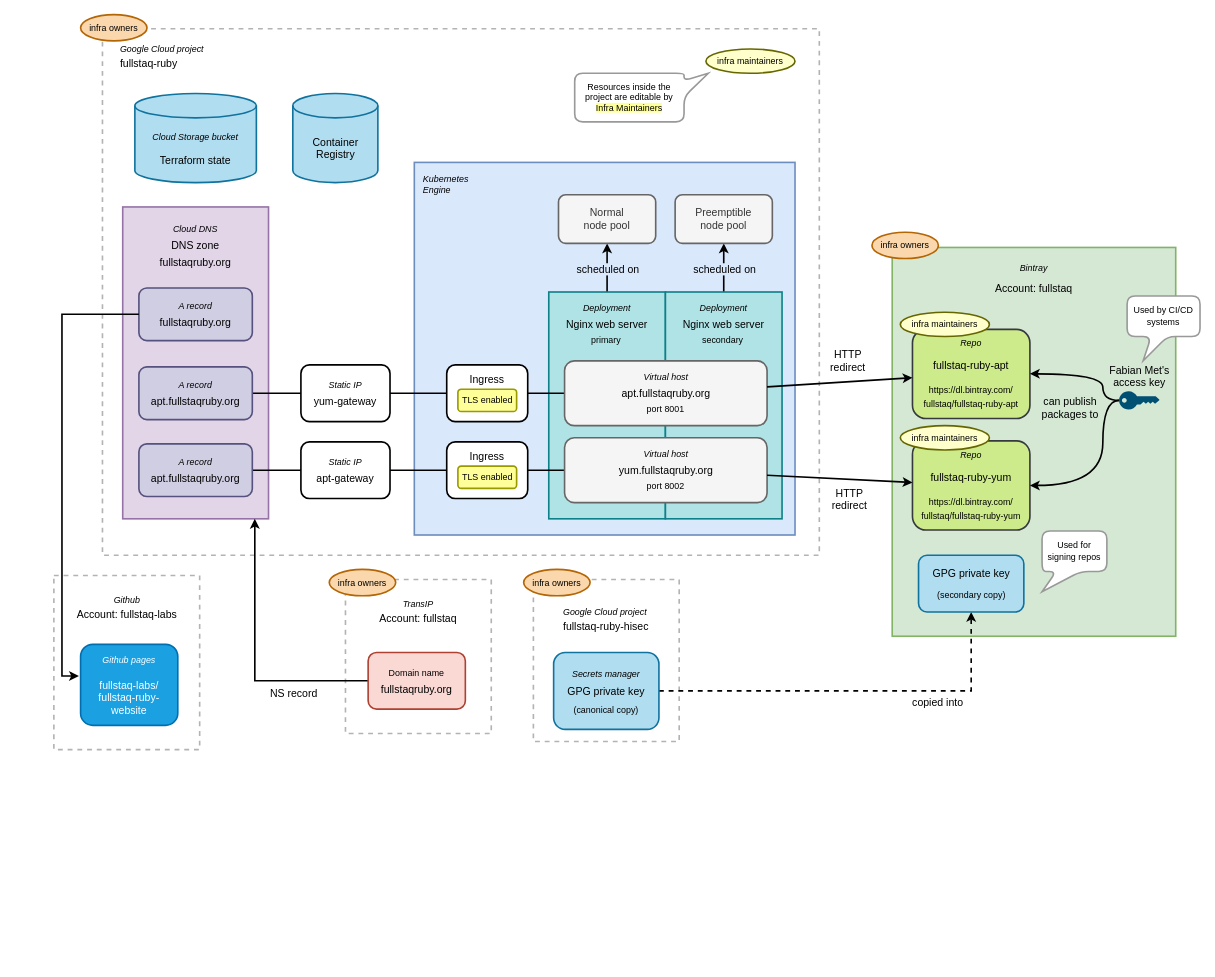
Earlier version of the draw.io diagram docs/infrastructure-overview.drawio (fullstaq-ruby/infra). Source tidied: cells renumbered, new cells numbered last; positions are measured from the earlier drawing's top-left corner, leaving out a move shared by most shapes. Both pictures are drawn from the tidied source at 81%, with x=0, y=0 at pixel (53, 14).
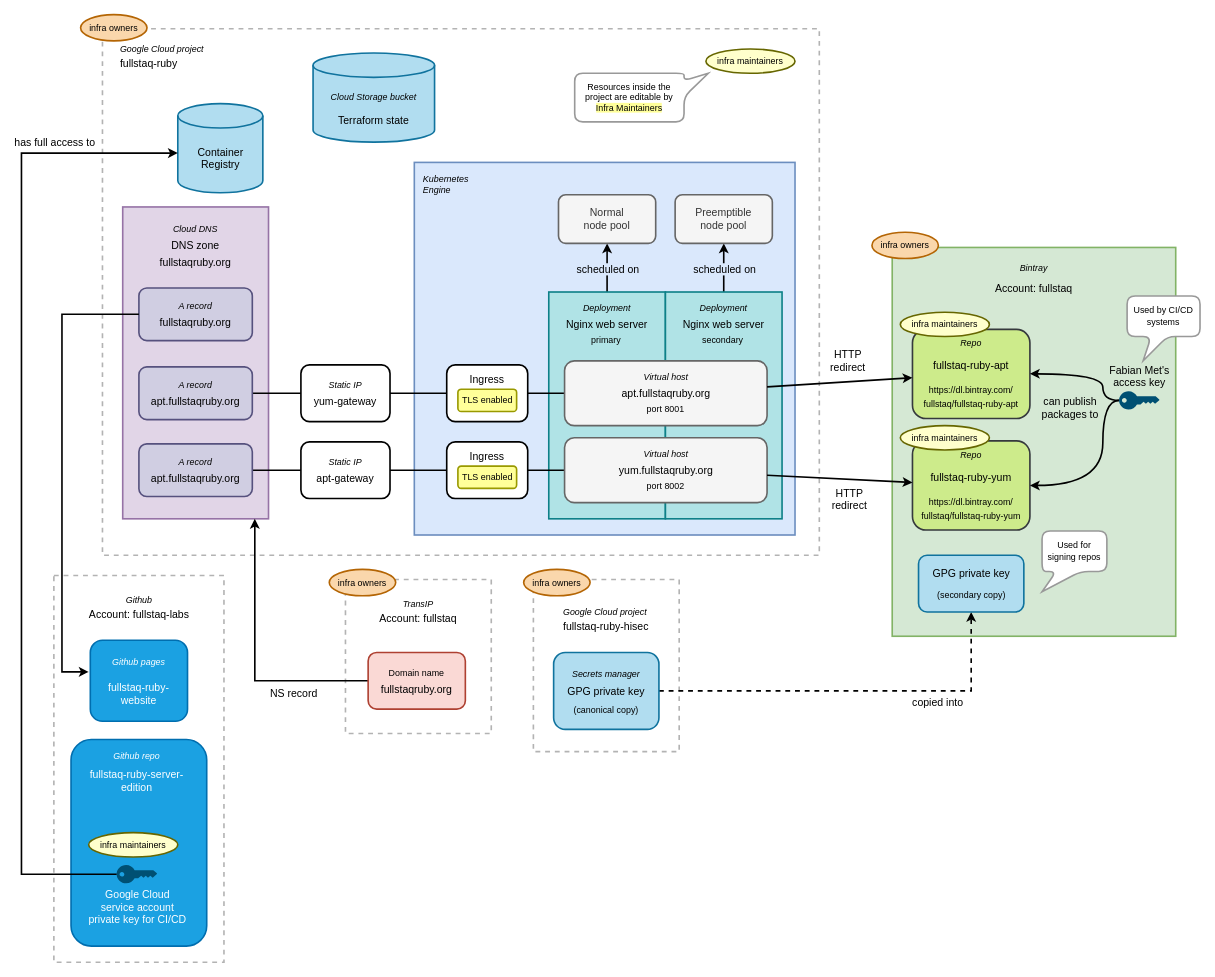
After the change.

The change refers to these unchanged cells:
```xml
<mxCell id="78" value="&lt;p style=&quot;line-height: 160%&quot;&gt;&lt;i&gt;&lt;font style=&quot;font-size: 11px&quot;&gt;A record&lt;/font&gt;&lt;/i&gt;&lt;br&gt;fullstaqruby.org&lt;/p&gt;" style="rounded=1;whiteSpace=wrap;html=1;shadow=0;glass=0;sketch=0;strokeWidth=2;fontSize=13;fillColor=#d0cee2;strokeColor=#56517e;" parent="1" vertex="1">
  <mxGeometry x="105" y="338" width="140" height="65" as="geometry" />
</mxCell>
```

The edit, as a diff of the source:
```diff
@@
     <mxCell id="50" style="rounded=0;whiteSpace=wrap;html=1;shadow=0;glass=0;sketch=0;strokeWidth=2;fontSize=11;align=center;dashed=1;strokeColor=#B3B3B3;" parent="1" vertex="1">
-      <mxGeometry x="592" y="698" width="180" height="200" as="geometry" />
+      <mxGeometry x="592" y="698" width="180" height="212.5" as="geometry" />
     </mxCell>
@@
     <mxCell id="67" style="group;" parent="1" vertex="1">
-      <mxGeometry x="100" y="98" width="150" height="110" as="geometry" />
+      <mxGeometry x="320" y="48" width="150" height="110" as="geometry" />
     </mxCell>
@@
-    <mxCell id="70" style="group;" parent="1" vertex="1">
-      <mxGeometry x="295" y="98" width="105" height="110" as="geometry" />
-    </mxCell>
-    <mxCell id="71" value="&lt;p style=&quot;line-height: 160%&quot;&gt;&lt;br&gt;&lt;/p&gt;" style="shape=cylinder2;whiteSpace=wrap;html=1;boundedLbl=1;backgroundOutline=1;size=15;rounded=0;shadow=0;glass=0;sketch=0;strokeColor=#10739e;strokeWidth=2;fontSize=11;align=center;fillColor=#b1ddf0;" parent="70" vertex="1">
-      <mxGeometry width="105" height="110" as="geometry" />
-    </mxCell>
-    <mxCell id="72" value="&lt;p style=&quot;line-height: 120%&quot;&gt;&lt;span style=&quot;font-size: 13px&quot;&gt;Container Registry&lt;/span&gt;&lt;/p&gt;" style="text;html=1;strokeColor=none;fillColor=none;align=center;verticalAlign=middle;whiteSpace=wrap;rounded=0;shadow=0;glass=0;sketch=0;fontSize=11;" parent="70" vertex="1">
-      <mxGeometry x="7.5" y="32.5" width="90" height="70" as="geometry" />
-    </mxCell>
@@
     <mxCell id="85" style="rounded=0;whiteSpace=wrap;html=1;shadow=0;glass=0;sketch=0;strokeWidth=2;fontSize=11;align=center;dashed=1;strokeColor=#B3B3B3;" parent="1" vertex="1">
-      <mxGeometry y="693" width="180" height="215" as="geometry" />
+      <mxGeometry y="693" width="210" height="477.5" as="geometry" />
     </mxCell>
     <mxCell id="86" value="&lt;p style=&quot;line-height: 160%&quot;&gt;&lt;i&gt;Github&lt;/i&gt;&lt;br&gt;&lt;font style=&quot;font-size: 13px&quot;&gt;Account: fullstaq-labs&lt;/font&gt;&lt;/p&gt;" style="text;html=1;strokeColor=none;fillColor=none;align=center;verticalAlign=middle;whiteSpace=wrap;rounded=0;shadow=0;glass=0;dashed=1;labelBackgroundColor=none;sketch=0;fontSize=11;" parent="1" vertex="1">
-      <mxGeometry x="22.5" y="713" width="135" height="40" as="geometry" />
+      <mxGeometry x="37.5" y="713" width="135" height="40" as="geometry" />
     </mxCell>
     <mxCell id="87" style="edgeStyle=orthogonalEdgeStyle;rounded=0;jettySize=auto;html=1;entryX=-0.017;entryY=0.39;entryDx=0;entryDy=0;strokeWidth=2;exitX=0;exitY=0.5;exitDx=0;exitDy=0;entryPerimeter=0;" parent="1" edge="1" source="78" target="88">
       <mxGeometry relative="1" as="geometry">
         <Array as="points">
-          <mxPoint x="10" y="371" />
-          <mxPoint x="10" y="817" />
+          <mxPoint x="10" y="370.5" />
+          <mxPoint x="10" y="812.5" />
         </Array>
       </mxGeometry>
     </mxCell>
-    <mxCell id="88" value="&lt;p style=&quot;line-height: 200%&quot;&gt;&lt;i&gt;Github pages&lt;/i&gt;&lt;/p&gt;&lt;p style=&quot;line-height: 120% ; font-size: 13px&quot;&gt;fullstaq-labs/&lt;br&gt;fullstaq-ruby-website&lt;/p&gt;" style="rounded=1;whiteSpace=wrap;html=1;shadow=0;glass=0;labelBackgroundColor=none;sketch=0;strokeColor=#006EAF;strokeWidth=2;fillColor=#1ba1e2;fontSize=11;align=center;fontColor=#ffffff;" parent="1" vertex="1">
-      <mxGeometry x="33" y="778" width="120" height="100" as="geometry" />
+    <mxCell id="88" value="&lt;p style=&quot;line-height: 200%&quot;&gt;&lt;i&gt;Github pages&lt;/i&gt;&lt;/p&gt;&lt;p style=&quot;line-height: 120% ; font-size: 13px&quot;&gt;fullstaq-ruby-website&lt;/p&gt;" style="rounded=1;whiteSpace=wrap;html=1;shadow=0;glass=0;labelBackgroundColor=none;sketch=0;strokeColor=#006EAF;strokeWidth=2;fillColor=#1ba1e2;fontSize=11;align=center;fontColor=#ffffff;" parent="1" vertex="1">
+      <mxGeometry x="45" y="773" width="120" height="100" as="geometry" />
     </mxCell>
+    <mxCell id="89" style="group;" parent="1" vertex="1">
+      <mxGeometry x="153" y="110.5" width="105" height="110" as="geometry" />
+    </mxCell>
+    <mxCell id="71" value="&lt;p style=&quot;line-height: 160%&quot;&gt;&lt;br&gt;&lt;/p&gt;" style="shape=cylinder2;whiteSpace=wrap;html=1;boundedLbl=1;backgroundOutline=1;size=15;rounded=0;shadow=0;glass=0;sketch=0;strokeColor=#10739e;strokeWidth=2;fontSize=11;align=center;fillColor=#b1ddf0;" parent="89" vertex="1">
+      <mxGeometry width="105" height="110" as="geometry" />
+    </mxCell>
+    <mxCell id="72" value="&lt;p style=&quot;line-height: 120%&quot;&gt;&lt;span style=&quot;font-size: 13px&quot;&gt;Container Registry&lt;/span&gt;&lt;/p&gt;" style="text;html=1;strokeColor=none;fillColor=none;align=center;verticalAlign=middle;whiteSpace=wrap;rounded=0;shadow=0;glass=0;sketch=0;fontSize=11;" parent="89" vertex="1">
+      <mxGeometry x="7.5" y="32.5" width="90" height="70" as="geometry" />
+    </mxCell>
+    <mxCell id="90" value="&lt;p style=&quot;line-height: 200%&quot;&gt;&lt;br&gt;&lt;/p&gt;" style="rounded=1;whiteSpace=wrap;html=1;shadow=0;glass=0;labelBackgroundColor=none;sketch=0;strokeColor=#006EAF;strokeWidth=2;fillColor=#1ba1e2;fontSize=11;align=center;fontColor=#ffffff;" parent="1" vertex="1">
+      <mxGeometry x="21.2" y="895.5" width="167.5" height="255" as="geometry" />
+    </mxCell>
+    <mxCell id="91" value="&lt;font color=&quot;#ffffff&quot; style=&quot;line-height: 120%&quot;&gt;&lt;i style=&quot;line-height: 240%&quot;&gt;&lt;font style=&quot;font-size: 11px&quot;&gt;Github repo&lt;/font&gt;&lt;/i&gt;&lt;br&gt;fullstaq-ruby-server-edition&lt;br&gt;&lt;/font&gt;" style="text;html=1;strokeColor=none;fillColor=none;align=center;verticalAlign=middle;whiteSpace=wrap;rounded=0;fontSize=13;" parent="1" vertex="1">
+      <mxGeometry x="40" y="900.5" width="125" height="60" as="geometry" />
+    </mxCell>
+    <mxCell id="92" value="Google Cloud&lt;br&gt;service account&lt;br&gt;private key for CI/CD" style="points=[[0,0.5,0],[0.24,0,0],[0.5,0.28,0],[0.995,0.475,0],[0.5,0.72,0],[0.24,1,0]];verticalLabelPosition=bottom;html=1;verticalAlign=top;align=center;shape=mxgraph.cisco19.key;fillColor=#005073;strokeColor=none;rounded=1;shadow=0;glass=0;labelBackgroundColor=none;sketch=0;fontSize=13;labelPosition=center;fontColor=#FFFFFF;" parent="1" vertex="1">
+      <mxGeometry x="77.5" y="1050.5" width="50" height="22.5" as="geometry" />
+    </mxCell>
+    <mxCell id="93" style="edgeStyle=orthogonalEdgeStyle;rounded=0;jettySize=auto;html=1;entryX=-0.01;entryY=0.564;entryDx=0;entryDy=0;entryPerimeter=0;strokeWidth=2;exitX=0;exitY=0.5;exitDx=0;exitDy=0;exitPerimeter=0;" parent="1" edge="1" source="92">
+      <mxGeometry relative="1" as="geometry">
+        <mxPoint x="153" y="171.5" as="targetPoint" />
+        <Array as="points">
+          <mxPoint x="-40" y="1061.5" />
+          <mxPoint x="-40" y="171.5" />
+        </Array>
+      </mxGeometry>
+    </mxCell>
+    <mxCell id="94" value="has full access to" style="edgeLabel;html=1;align=center;verticalAlign=middle;fontSize=13;" parent="93" vertex="1">
+      <mxGeometry x="-0.48" y="10" relative="1" as="geometry">
+        <mxPoint x="50" y="-710.3" as="offset" />
+      </mxGeometry>
+    </mxCell>
+    <mxCell id="95" value="infra maintainers" style="ellipse;whiteSpace=wrap;html=1;rounded=0;shadow=0;glass=0;labelBackgroundColor=none;sketch=0;strokeWidth=2;fontSize=11;align=center;strokeColor=#666600;fillColor=#FFFFCC;" parent="1" vertex="1">
+      <mxGeometry x="43" y="1010.5" width="110" height="30" as="geometry" />
+    </mxCell>
```
